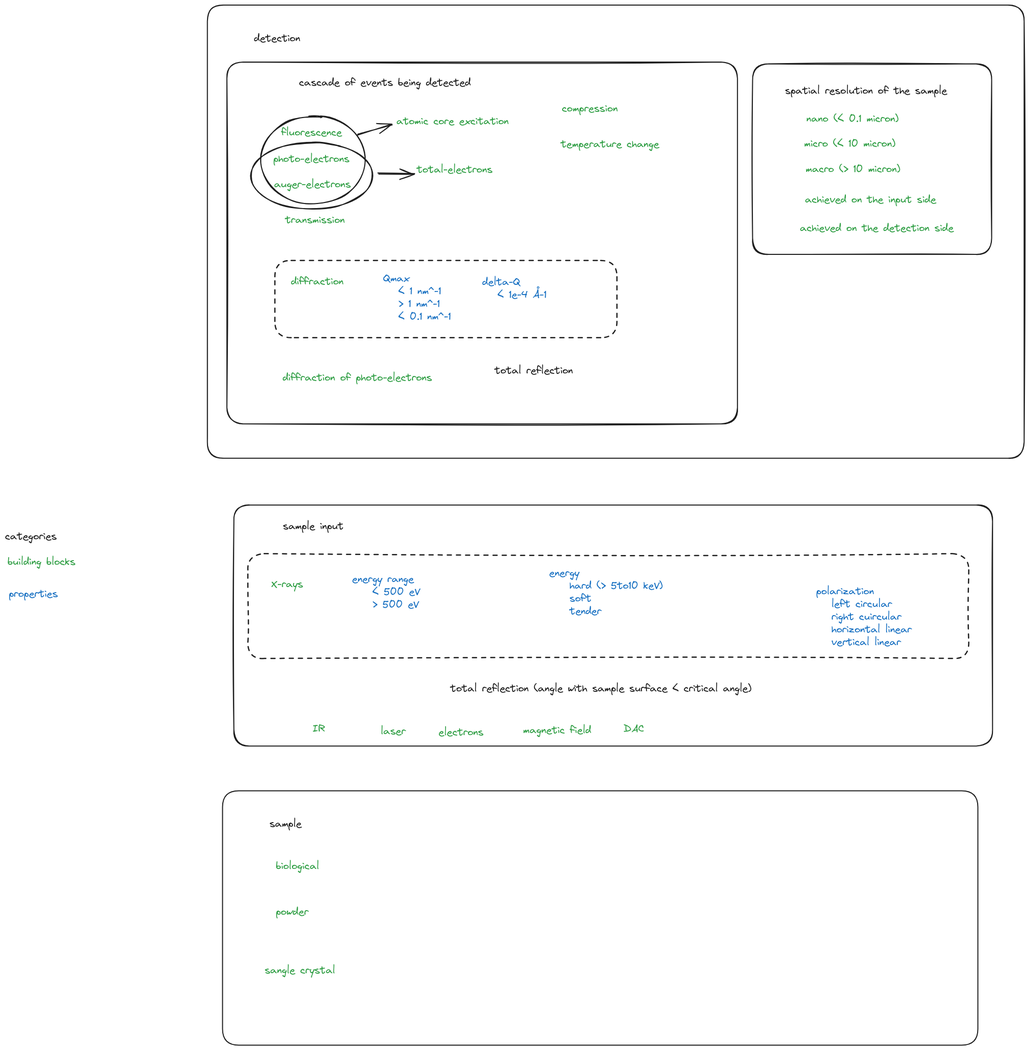
Earlier version of the Excalidraw export work_wdn.excalidraw.png (pan-ontologies/esrf-ontologies). Source tidied: one line per element, renumbered; positions are measured from the earlier drawing's top-left corner, leaving out a move shared by most shapes.
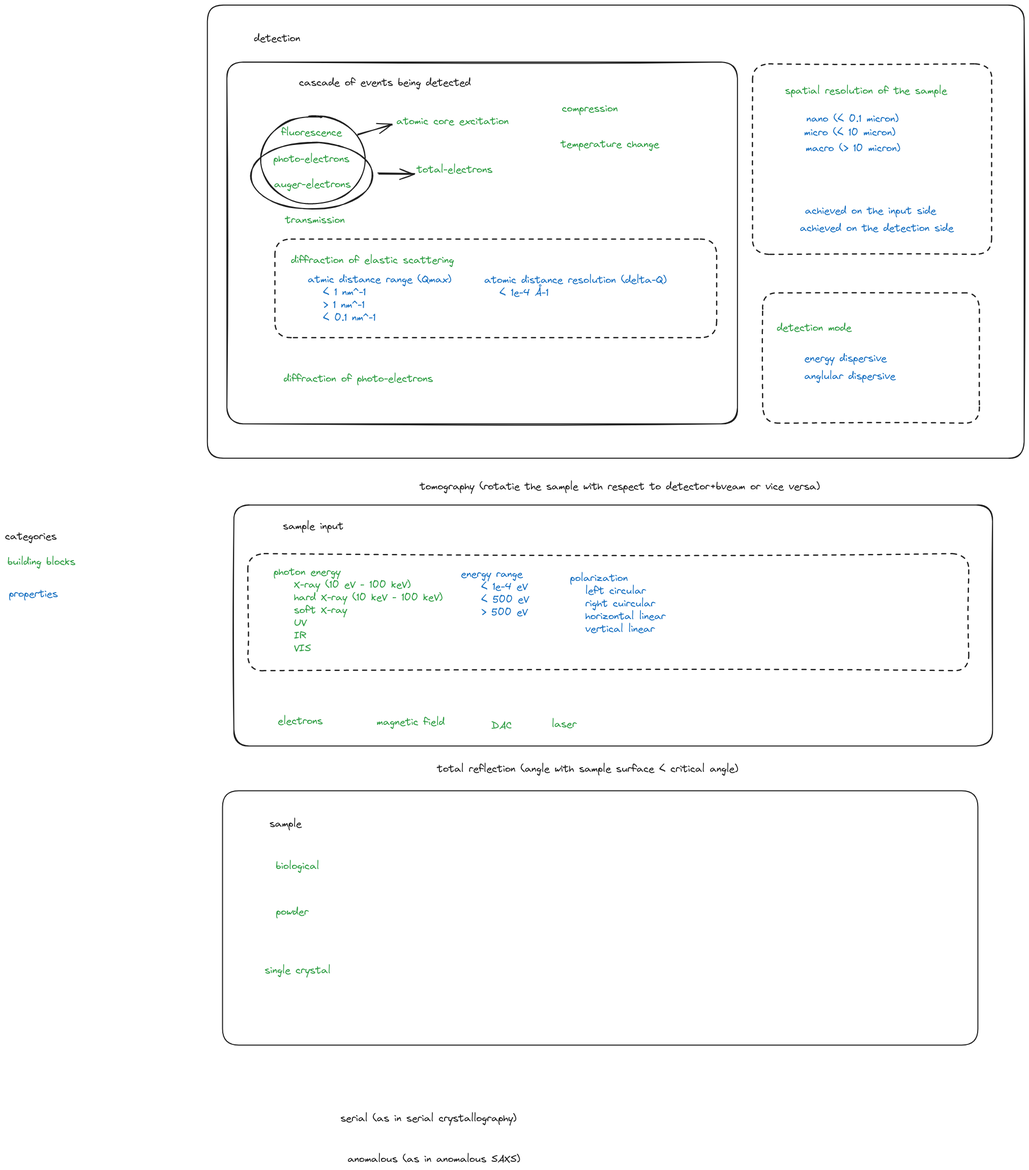
The same file after the commit.

What changed in the source:
```diff
@@ -3,8 +3,8 @@
 {"id": 2, "type": "text", "text": "transmission", "strokeColor": "#2f9e44", "strokeWidth": 2, "roughness": 1, "fontSize": 20, "fontFamily": 1, "x": 551, "y": 410, "width": 117, "height": 25}
 {"id": 3, "type": "text", "text": "photo-electrons", "strokeColor": "#2f9e44", "strokeWidth": 2, "roughness": 1, "fontSize": 20, "fontFamily": 1, "x": 527, "y": 290, "width": 150, "height": 25}
 {"id": 4, "type": "text", "text": "total-electrons", "strokeColor": "#2f9e44", "strokeWidth": 2, "roughness": 1, "fontSize": 20, "fontFamily": 1, "x": 809, "y": 311, "width": 149, "height": 25}
-{"id": 5, "type": "text", "text": "diffraction", "strokeColor": "#2f9e44", "strokeWidth": 2, "roughness": 1, "fontSize": 20, "fontFamily": 1, "x": 562, "y": 531, "width": 103, "height": 25}
+{"id": 5, "type": "text", "text": "diffraction of elastic scattering", "strokeColor": "#2f9e44", "strokeWidth": 2, "roughness": 1, "fontSize": 20, "fontFamily": 1, "x": 562, "y": 489, "width": 320, "height": 25}
-{"id": 6, "type": "text", "text": "diffraction of photo-electrons", "strokeColor": "#2f9e44", "strokeWidth": 2, "roughness": 1, "fontSize": 20, "fontFamily": 1, "x": 546, "y": 720, "width": 294, "height": 25}
+{"id": 6, "type": "text", "text": "diffraction of photo-electrons", "strokeColor": "#2f9e44", "strokeWidth": 2, "roughness": 1, "fontSize": 20, "fontFamily": 1, "x": 548, "y": 722, "width": 294, "height": 25}
 {"id": 7, "type": "text", "text": "auger-electrons", "strokeColor": "#2f9e44", "strokeWidth": 2, "roughness": 1, "fontSize": 20, "fontFamily": 1, "x": 529, "y": 340, "width": 151, "height": 25}
 {"id": 8, "type": "text", "text": "atomic core excitation", "strokeColor": "#2f9e44", "strokeWidth": 2, "roughness": 1, "fontSize": 20, "fontFamily": 1, "x": 769, "y": 216, "width": 221, "height": 25}
 {"id": 9, "type": "ellipse", "strokeColor": "#1e1e1e", "strokeWidth": 2, "roughness": 1, "round": true, "x": 503, "y": 218, "width": 205, "height": 173}
@@ -14,37 +14,41 @@
 {"id": 13, "type": "rectangle", "strokeColor": "#1e1e1e", "strokeWidth": 2, "roughness": 1, "round": true, "x": 436, "y": 112, "width": 1004, "height": 711}
 {"id": 14, "type": "rectangle", "strokeColor": "#1e1e1e", "strokeWidth": 2, "roughness": 1, "round": true, "x": 450, "y": 983, "width": 1491, "height": 474}
 {"id": 15, "type": "text", "text": "sample input", "strokeColor": "#1e1e1e", "strokeWidth": 2, "roughness": 1, "fontSize": 20, "fontFamily": 1, "x": 546, "y": 1012, "width": 119, "height": 25}
-{"id": 16, "type": "text", "text": "X-rays", "strokeColor": "#2f9e44", "strokeWidth": 2, "roughness": 1, "fontSize": 20, "fontFamily": 1, "x": 524, "y": 1126, "width": 62, "height": 25}
-{"id": 17, "type": "text", "text": "energy range\n    < 500 eV\n    > 500 eV", "strokeColor": "#1971c2", "strokeWidth": 2, "roughness": 1, "fontSize": 20, "fontFamily": 1, "x": 682, "y": 1116, "width": 133, "height": 75}
+{"id": 17, "type": "text", "text": "energy range\n    < 1e-4 eV\n    < 500 eV\n    > 500 eV", "strokeColor": "#1971c2", "strokeWidth": 2, "roughness": 1, "fontSize": 20, "fontFamily": 1, "x": 896, "y": 1106, "width": 133, "height": 100}
 {"id": 18, "type": "text", "text": "compression", "strokeColor": "#2f9e44", "strokeWidth": 2, "roughness": 1, "fontSize": 20, "fontFamily": 1, "x": 1095, "y": 191, "width": 110, "height": 25}
 {"id": 19, "type": "text", "text": "temperature change", "strokeColor": "#2f9e44", "strokeWidth": 2, "roughness": 1, "fontSize": 20, "fontFamily": 1, "x": 1092, "y": 261, "width": 193, "height": 25}
-{"id": 20, "type": "text", "text": "laser", "strokeColor": "#2f9e44", "strokeWidth": 2, "roughness": 1, "fontSize": 20, "fontFamily": 1, "x": 739, "y": 1415, "width": 49, "height": 25}
-{"id": 21, "type": "text", "text": "electrons", "strokeColor": "#2f9e44", "strokeWidth": 2, "roughness": 1, "fontSize": 20, "fontFamily": 1, "x": 852, "y": 1417, "width": 88, "height": 25}
+{"id": 21, "type": "text", "text": "electrons", "strokeColor": "#2f9e44", "strokeWidth": 2, "roughness": 1, "fontSize": 20, "fontFamily": 1, "x": 536, "y": 1395, "width": 88, "height": 25}
-{"id": 22, "type": "text", "text": "IR", "strokeColor": "#2f9e44", "strokeWidth": 2, "roughness": 1, "fontSize": 20, "fontFamily": 1, "x": 605, "y": 1410, "width": 24, "height": 25}
-{"id": 23, "type": "text", "text": "total reflection (angle with sample surface < critical angle)", "strokeColor": "#1e1e1e", "strokeWidth": 2, "roughness": 1, "fontSize": 20, "fontFamily": 1, "x": 876, "y": 1331, "width": 592, "height": 25}
+{"id": 23, "type": "text", "text": "total reflection (angle with sample surface < critical angle)", "strokeColor": "#1e1e1e", "strokeWidth": 2, "roughness": 1, "fontSize": 20, "fontFamily": 1, "x": 850, "y": 1489, "width": 592, "height": 25}
-{"id": 24, "type": "text", "text": "energy\n    hard (> 5to10 keV)\n    soft\n    tender", "strokeColor": "#1971c2", "strokeWidth": 2, "roughness": 1, "fontSize": 20, "fontFamily": 1, "x": 1070, "y": 1104, "width": 223, "height": 100}
-{"id": 25, "type": "rectangle", "strokeColor": "#1e1e1e", "strokeWidth": 2, "strokeStyle": "dashed", "roughness": 1, "round": true, "x": 477, "y": 1078, "width": 1417, "height": 206}
+{"id": 25, "type": "rectangle", "strokeColor": "#1e1e1e", "strokeWidth": 2, "strokeStyle": "dashed", "roughness": 1, "round": true, "x": 477, "y": 1078, "width": 1417, "height": 230}
-{"id": 26, "type": "text", "text": "magnetic field", "strokeColor": "#2f9e44", "strokeWidth": 2, "roughness": 1, "fontSize": 20, "fontFamily": 1, "x": 1019, "y": 1413, "width": 134, "height": 25}
+{"id": 26, "type": "text", "text": "magnetic field", "strokeColor": "#2f9e44", "strokeWidth": 2, "roughness": 1, "fontSize": 20, "fontFamily": 1, "x": 731, "y": 1397, "width": 134, "height": 25}
-{"id": 27, "type": "text", "text": "polarization\n   left circular\n   right cuircular\n   horizontal linear\n   vertical linear", "strokeColor": "#1971c2", "strokeWidth": 2, "roughness": 1, "fontSize": 20, "fontFamily": 1, "x": 1595, "y": 1140, "width": 188, "height": 125}
+{"id": 27, "type": "text", "text": "polarization\n   left circular\n   right cuircular\n   horizontal linear\n   vertical linear", "strokeColor": "#1971c2", "strokeWidth": 2, "roughness": 1, "fontSize": 20, "fontFamily": 1, "x": 1111, "y": 1114, "width": 188, "height": 125}
-{"id": 28, "type": "text", "text": "DAC", "strokeColor": "#2f9e44", "strokeWidth": 2, "roughness": 1, "fontSize": 20, "fontFamily": 1, "x": 1216, "y": 1410, "width": 42, "height": 25}
+{"id": 28, "type": "text", "text": "DAC", "strokeColor": "#2f9e44", "strokeWidth": 2, "roughness": 1, "fontSize": 20, "fontFamily": 1, "x": 956, "y": 1404, "width": 42, "height": 25}
-{"id": 29, "type": "rectangle", "strokeColor": "#1e1e1e", "strokeWidth": 2, "roughness": 1, "round": true, "x": 1470, "y": 116, "width": 470, "height": 374}
+{"id": 29, "type": "rectangle", "strokeColor": "#1e1e1e", "strokeWidth": 2, "strokeStyle": "dashed", "roughness": 1, "round": true, "x": 1470, "y": 116, "width": 470, "height": 374}
-{"id": 30, "type": "text", "text": "spatial resolution of the sample", "strokeColor": "#1e1e1e", "strokeWidth": 2, "roughness": 1, "fontSize": 20, "fontFamily": 1, "x": 1534, "y": 156, "width": 318, "height": 25}
+{"id": 30, "type": "text", "text": "spatial resolution of the sample", "strokeColor": "#2f9e44", "strokeWidth": 2, "roughness": 1, "fontSize": 20, "fontFamily": 1, "x": 1534, "y": 156, "width": 318, "height": 25}
-{"id": 31, "type": "text", "text": "nano (< 0.1 micron)", "strokeColor": "#2f9e44", "strokeWidth": 2, "roughness": 1, "fontSize": 20, "fontFamily": 1, "x": 1576, "y": 211, "width": 181, "height": 25}
+{"id": 31, "type": "text", "text": "nano (< 0.1 micron)", "strokeColor": "#1971c2", "strokeWidth": 2, "roughness": 1, "fontSize": 20, "fontFamily": 1, "x": 1576, "y": 211, "width": 181, "height": 25}
-{"id": 32, "type": "text", "text": "micro (< 10 micron)", "strokeColor": "#2f9e44", "strokeWidth": 2, "roughness": 1, "fontSize": 20, "fontFamily": 1, "x": 1571, "y": 260, "width": 179, "height": 25}
+{"id": 32, "type": "text", "text": "micro (< 10 micron)", "strokeColor": "#1971c2", "strokeWidth": 2, "roughness": 1, "fontSize": 20, "fontFamily": 1, "x": 1571, "y": 238, "width": 179, "height": 25}
-{"id": 33, "type": "text", "text": "macro (> 10 micron)", "strokeColor": "#2f9e44", "strokeWidth": 2, "roughness": 1, "fontSize": 20, "fontFamily": 1, "x": 1574, "y": 310, "width": 186, "height": 25}
+{"id": 33, "type": "text", "text": "macro (> 10 micron)", "strokeColor": "#1971c2", "strokeWidth": 2, "roughness": 1, "fontSize": 20, "fontFamily": 1, "x": 1574, "y": 269, "width": 186, "height": 25}
-{"id": 34, "type": "text", "text": "achieved on the input side", "strokeColor": "#2f9e44", "strokeWidth": 2, "roughness": 1, "fontSize": 20, "fontFamily": 1, "x": 1573, "y": 370, "width": 258, "height": 25}
+{"id": 34, "type": "text", "text": "achieved on the input side", "strokeColor": "#1971c2", "strokeWidth": 2, "roughness": 1, "fontSize": 20, "fontFamily": 1, "x": 1573, "y": 392, "width": 258, "height": 25}
-{"id": 35, "type": "text", "text": "achieved on the detection side", "strokeColor": "#2f9e44", "strokeWidth": 2, "roughness": 1, "fontSize": 20, "fontFamily": 1, "x": 1563, "y": 426, "width": 302, "height": 25}
+{"id": 35, "type": "text", "text": "achieved on the detection side", "strokeColor": "#1971c2", "strokeWidth": 2, "roughness": 1, "fontSize": 20, "fontFamily": 1, "x": 1563, "y": 426, "width": 302, "height": 25}
-{"id": 36, "type": "text", "text": "total reflection", "strokeColor": "#1e1e1e", "strokeWidth": 2, "roughness": 1, "fontSize": 20, "fontFamily": 1, "x": 963, "y": 706, "width": 154, "height": 25}
 {"id": 37, "type": "rectangle", "strokeColor": "#1e1e1e", "strokeWidth": 2, "roughness": 1, "round": true, "x": 398, "y": 0, "width": 1606, "height": 891}
 {"id": 38, "type": "text", "text": "detection", "strokeColor": "#1e1e1e", "strokeWidth": 2, "roughness": 1, "fontSize": 20, "fontFamily": 1, "x": 490, "y": 53, "width": 91, "height": 25}
-{"id": 39, "type": "text", "text": "Qmax\n   < 1 nm^-1\n   > 1 nm^-1\n   < 0.1 nm^-1", "strokeColor": "#1971c2", "strokeWidth": 2, "strokeStyle": "dotted", "roughness": 1, "fontSize": 20, "fontFamily": 1, "x": 743, "y": 525, "width": 133, "height": 100}
+{"id": 39, "type": "text", "text": "atmic distance range (Qmax)\n   < 1 nm^-1\n   > 1 nm^-1\n   < 0.1 nm^-1", "strokeColor": "#1971c2", "strokeWidth": 2, "strokeStyle": "dotted", "roughness": 1, "fontSize": 20, "fontFamily": 1, "x": 595, "y": 527, "width": 282, "height": 100}
-{"id": 40, "type": "rectangle", "strokeColor": "#1e1e1e", "strokeWidth": 2, "strokeStyle": "dashed", "roughness": 0, "round": true, "x": 530, "y": 502, "width": 672, "height": 152}
+{"id": 40, "type": "rectangle", "strokeColor": "#1e1e1e", "strokeWidth": 2, "strokeStyle": "dashed", "roughness": 0, "round": true, "x": 530, "y": 460, "width": 868, "height": 194}
 {"id": 41, "type": "rectangle", "strokeColor": "#1e1e1e", "strokeWidth": 2, "roughness": 0, "round": true, "x": 427, "y": 1545, "width": 1485, "height": 500}
 {"id": 42, "type": "text", "text": "sample", "strokeColor": "#1e1e1e", "strokeWidth": 2, "roughness": 0, "fontSize": 20, "fontFamily": 1, "x": 520, "y": 1597, "width": 63, "height": 25}
 {"id": 43, "type": "text", "text": "biological", "strokeColor": "#2f9e44", "strokeWidth": 2, "roughness": 0, "fontSize": 20, "fontFamily": 1, "x": 532, "y": 1680, "width": 85, "height": 25}
 {"id": 44, "type": "text", "text": "powder", "strokeColor": "#2f9e44", "strokeWidth": 2, "roughness": 0, "fontSize": 20, "fontFamily": 1, "x": 532, "y": 1770, "width": 64, "height": 25}
-{"id": 45, "type": "text", "text": "sangle crystal", "strokeColor": "#2f9e44", "strokeWidth": 2, "roughness": 0, "fontSize": 20, "fontFamily": 1, "x": 510, "y": 1885, "width": 139, "height": 25}
+{"id": 45, "type": "text", "text": "single crystal", "strokeColor": "#2f9e44", "strokeWidth": 2, "roughness": 0, "fontSize": 20, "fontFamily": 1, "x": 510, "y": 1885, "width": 130, "height": 25}
-{"id": 46, "type": "text", "text": "delta-Q\n   < 1e-4 Å-1", "strokeColor": "#1971c2", "strokeWidth": 2, "strokeStyle": "dotted", "roughness": 1, "fontSize": 20, "fontFamily": 1, "x": 938, "y": 532, "width": 126, "height": 50}
+{"id": 46, "type": "text", "text": "atomic distance resolution (delta-Q)\n   < 1e-4 Å-1", "strokeColor": "#1971c2", "strokeWidth": 2, "strokeStyle": "dotted", "roughness": 1, "fontSize": 20, "fontFamily": 1, "x": 942, "y": 528, "width": 358, "height": 50}
 {"id": 47, "type": "text", "text": "building blocks", "strokeColor": "#2f9e44", "strokeWidth": 2, "roughness": 0, "fontSize": 20, "fontFamily": 1, "x": 5, "y": 1082, "width": 133, "height": 25}
 {"id": 48, "type": "text", "text": "properties", "strokeColor": "#1971c2", "strokeWidth": 2, "roughness": 0, "fontSize": 20, "fontFamily": 1, "x": 8, "y": 1145, "width": 96, "height": 25}
 {"id": 49, "type": "text", "text": "categories", "strokeColor": "#1e1e1e", "strokeWidth": 2, "roughness": 0, "fontSize": 20, "fontFamily": 1, "x": 0, "y": 1032, "width": 101, "height": 25}
+{"id": 50, "type": "text", "text": "photon energy\n    X-ray (10 eV - 100 keV)\n    hard X-ray (10 keV - 100 keV)\n    soft X-ray\n    UV\n    IR\n    VIS", "strokeColor": "#2f9e44", "strokeWidth": 2, "roughness": 1, "fontSize": 20, "fontFamily": 1, "x": 528, "y": 1102, "width": 332, "height": 175}
+{"id": 20, "type": "text", "text": "laser", "strokeColor": "#2f9e44", "strokeWidth": 2, "roughness": 1, "fontSize": 20, "fontFamily": 1, "x": 1075, "y": 1401, "width": 49, "height": 25}
+{"id": 51, "type": "text", "text": "detection mode\n   ", "strokeColor": "#2f9e44", "strokeWidth": 2, "roughness": 1, "fontSize": 20, "fontFamily": 1, "x": 1517, "y": 622, "width": 147, "height": 50}
+{"id": 52, "type": "text", "text": "energy dispersive", "strokeColor": "#1971c2", "strokeWidth": 2, "roughness": 1, "fontSize": 20, "fontFamily": 1, "x": 1571, "y": 682, "width": 162, "height": 25}
+{"id": 53, "type": "text", "text": "anglular dispersive", "strokeColor": "#1971c2", "strokeWidth": 2, "roughness": 1, "fontSize": 20, "fontFamily": 1, "x": 1571, "y": 717, "width": 179, "height": 25}
+{"id": 54, "type": "rectangle", "strokeColor": "#1e1e1e", "strokeWidth": 2, "strokeStyle": "dashed", "roughness": 1, "round": true, "x": 1489, "y": 566, "width": 426, "height": 256}
+{"id": 55, "type": "text", "text": "tomography (rotatie the sample with respect to detector+bveam or vice versa)", "strokeColor": "#1e1e1e", "strokeWidth": 2, "roughness": 1, "fontSize": 20, "fontFamily": 1, "x": 815, "y": 934, "width": 786, "height": 25}
+{"id": 56, "type": "text", "text": "serial (as in serial crystallography)", "strokeColor": "#1e1e1e", "strokeWidth": 2, "roughness": 1, "fontSize": 20, "fontFamily": 1, "x": 659, "y": 2176, "width": 346, "height": 25}
+{"id": 57, "type": "text", "text": "anomalous (as in anomalous SAXS)", "strokeColor": "#1e1e1e", "strokeWidth": 2, "roughness": 1, "fontSize": 20, "fontFamily": 1, "x": 673, "y": 2256, "width": 339, "height": 25}
```
